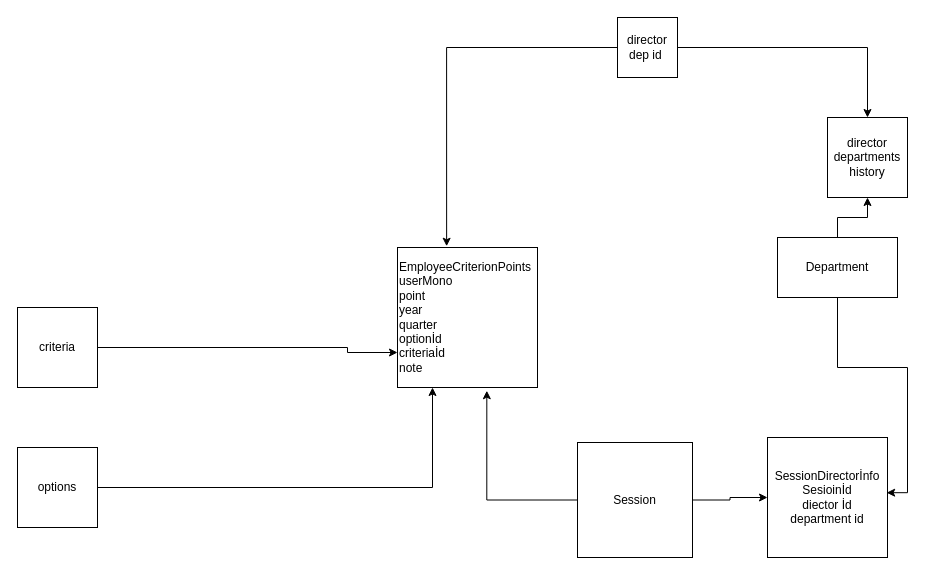
CavidH/AOP keeps this draw.io diagram as Untitled Diagram.drawio. Above is the earlier version. Source tidied: cells renumbered, new cells numbered last; positions are measured from the earlier drawing's top-left corner, leaving out a move shared by most shapes. Both pictures are drawn from the tidied source at 100%, with x=0, y=0 at pixel (17, 17).
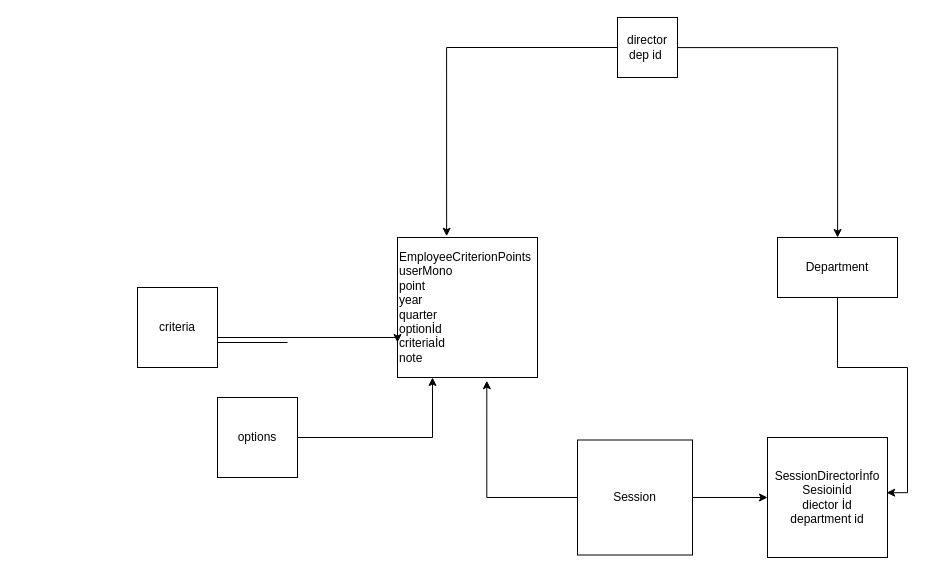
After the change.

Unchanged cells that the change refers to:
```xml
<mxCell id="9" value="director&lt;br&gt;dep id&amp;nbsp;" style="whiteSpace=wrap;html=1;" parent="1" vertex="1">
  <mxGeometry x="600" width="60" height="60" as="geometry" />
</mxCell>
<mxCell id="17" value="Department" style="whiteSpace=wrap;html=1;" parent="1" vertex="1">
  <mxGeometry x="760" y="220" width="120" height="60" as="geometry" />
</mxCell>
```

The edit, as a diff of the source:
```diff
@@
     <mxCell id="2" value="EmployeeCriterionPoints&lt;br&gt;userMono&lt;br&gt;point&lt;br&gt;year&lt;br&gt;quarter&lt;br&gt;optionİd&lt;br&gt;criteriaİd&lt;br&gt;note&lt;br&gt;" style="whiteSpace=wrap;html=1;align=left;" parent="1" vertex="1">
-      <mxGeometry x="380" y="230" width="140" height="140" as="geometry" />
+      <mxGeometry x="380" y="220" width="140" height="140" as="geometry" />
     </mxCell>
-    <mxCell id="3" style="edgeStyle=orthogonalEdgeStyle;rounded=0;jettySize=auto;html=1;exitX=1;exitY=0.5;exitDx=0;exitDy=0;entryX=0;entryY=0.75;entryDx=0;entryDy=0;" parent="1" edge="1" source="4" target="2">
+    <mxCell id="3" style="edgeStyle=orthogonalEdgeStyle;rounded=0;orthogonalLoop=1;jettySize=auto;html=1;entryX=0;entryY=0.75;entryDx=0;entryDy=0;" parent="1" edge="1">
       <mxGeometry relative="1" as="geometry">
+        <mxPoint x="270" y="325" as="sourcePoint" />
+        <mxPoint x="380" y="325" as="targetPoint" />
         <Array as="points">
-          <mxPoint x="330" y="330" />
+          <mxPoint x="200" y="325" />
+          <mxPoint x="200" y="320" />
+          <mxPoint x="380" y="320" />
         </Array>
       </mxGeometry>
     </mxCell>
     <mxCell id="4" value="criteria" style="whiteSpace=wrap;html=1;" parent="1" vertex="1">
-      <mxGeometry y="290" width="80" height="80" as="geometry" />
+      <mxGeometry x="120" y="270" width="80" height="80" as="geometry" />
     </mxCell>
@@
     <mxCell id="6" value="options" style="whiteSpace=wrap;html=1;" parent="1" vertex="1">
-      <mxGeometry y="430" width="80" height="80" as="geometry" />
+      <mxGeometry x="200" y="380" width="80" height="80" as="geometry" />
     </mxCell>
-    <mxCell id="7" style="edgeStyle=orthogonalEdgeStyle;rounded=0;jettySize=auto;html=1;" parent="1" edge="1" source="9" target="10">
-      <mxGeometry relative="1" as="geometry" />
+    <mxCell id="7" style="edgeStyle=orthogonalEdgeStyle;rounded=0;orthogonalLoop=1;jettySize=auto;html=1;" parent="1" edge="1">
+      <mxGeometry relative="1" as="geometry">
+        <mxPoint x="650" y="30.1" as="sourcePoint" />
+        <mxPoint x="820.1" y="220" as="targetPoint" />
+        <Array as="points">
+          <mxPoint x="820" y="30" />
+        </Array>
+      </mxGeometry>
     </mxCell>
@@
-    <mxCell id="10" value="director&lt;br&gt;departments&lt;br&gt;history" style="whiteSpace=wrap;html=1;" parent="1" vertex="1">
-      <mxGeometry x="810" y="100" width="80" height="80" as="geometry" />
-    </mxCell>
@@
     <mxCell id="13" value="Session&lt;br&gt;" style="whiteSpace=wrap;html=1;" parent="1" vertex="1">
-      <mxGeometry x="560" y="425" width="115" height="115" as="geometry" />
+      <mxGeometry x="560" y="422.5" width="115" height="115" as="geometry" />
     </mxCell>
@@
-    <mxCell id="15" style="edgeStyle=orthogonalEdgeStyle;rounded=0;jettySize=auto;html=1;entryX=0.5;entryY=1;entryDx=0;entryDy=0;" parent="1" edge="1" source="17" target="10">
-      <mxGeometry relative="1" as="geometry" />
-    </mxCell>
```
